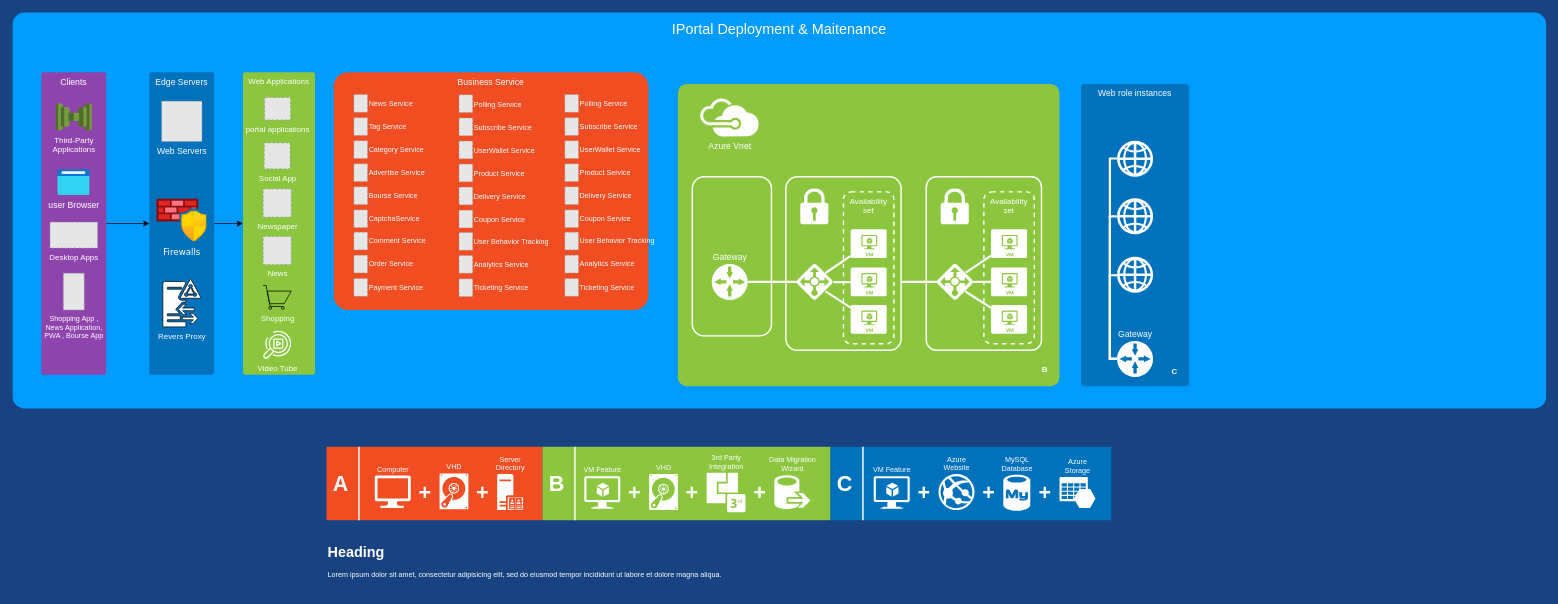
The draw.io diagram Untitled Diagram(3).drawio in aramdata/IportalDiagram, before the edit. Source tidied: cells renumbered, new cells numbered last; positions are measured from the earlier drawing's top-left corner, leaving out a move shared by most shapes. Both pictures are drawn from the tidied source at 72%, with x=0, y=0 at pixel (12, 12). Pictures stored in the file or linked from it are replaced by grey dashed boxes.
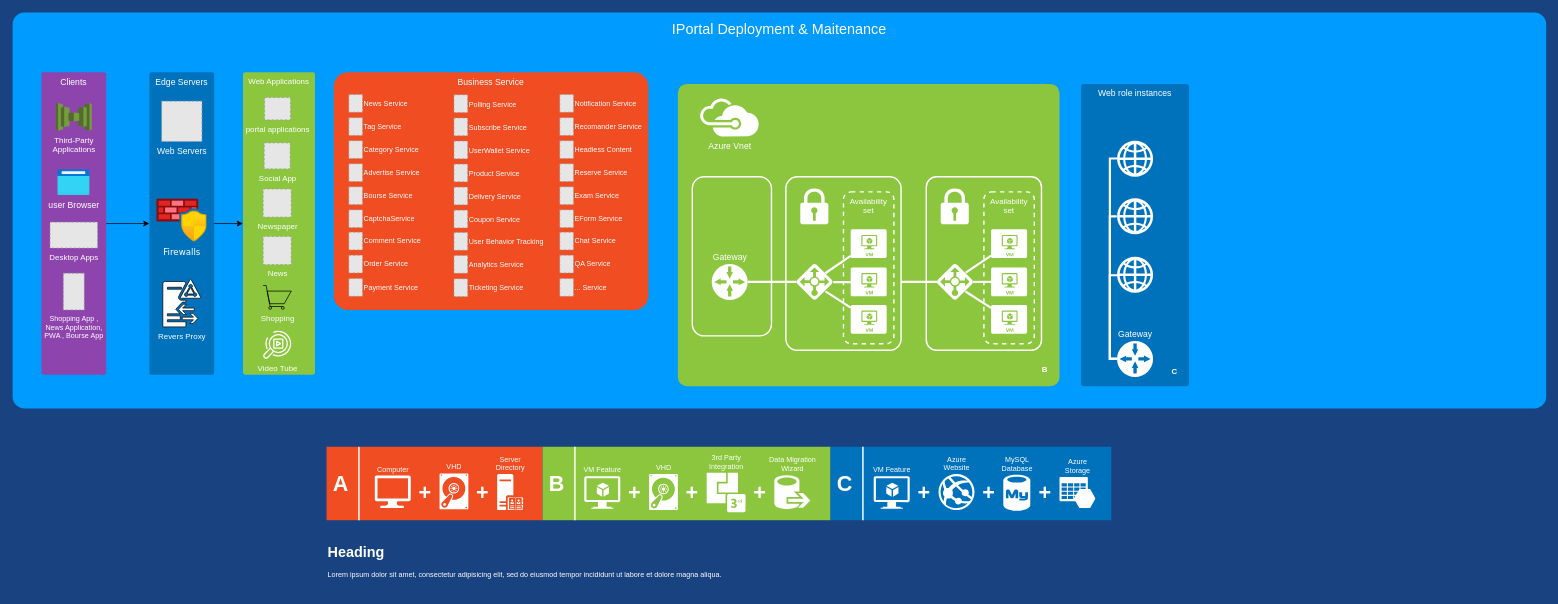
The same diagram, later.

Commit message:
Completed Bussinuse Services

What changed in the source:
```diff
@@
     <mxCell id="89" value="News Service" style="fillColor=#E6E6E6;strokeColor=#999999;dashed=1;verticalLabelPosition=middle;labelBackgroundColor=none;verticalAlign=middle;fontSize=10;fontColor=#FFFFFF;html=1;labelPosition=right;align=left;" parent="1" vertex="1">
-      <mxGeometry x="474" y="113.8" width="19" height="24.6" as="geometry" />
+      <mxGeometry x="467" y="113.8" width="19" height="24.6" as="geometry" />
     </mxCell>
     <mxCell id="90" value="Tag Service" style="fillColor=#E6E6E6;strokeColor=#999999;dashed=1;verticalLabelPosition=middle;labelBackgroundColor=none;verticalAlign=middle;fontSize=10;fontColor=#FFFFFF;html=1;labelPosition=right;align=left;" parent="1" vertex="1">
-      <mxGeometry x="474" y="146" width="19" height="24.6" as="geometry" />
+      <mxGeometry x="467" y="146" width="19" height="24.6" as="geometry" />
     </mxCell>
     <mxCell id="91" value="Category Service" style="fillColor=#E6E6E6;strokeColor=#999999;dashed=1;verticalLabelPosition=middle;labelBackgroundColor=none;verticalAlign=middle;fontSize=10;fontColor=#FFFFFF;html=1;labelPosition=right;align=left;" parent="1" vertex="1">
-      <mxGeometry x="474" y="178" width="19" height="24.6" as="geometry" />
+      <mxGeometry x="467" y="178" width="19" height="24.6" as="geometry" />
     </mxCell>
     <mxCell id="92" value="َAdvertise Service" style="fillColor=#E6E6E6;strokeColor=#999999;dashed=1;verticalLabelPosition=middle;labelBackgroundColor=none;verticalAlign=middle;fontSize=10;fontColor=#FFFFFF;html=1;labelPosition=right;align=left;" parent="1" vertex="1">
-      <mxGeometry x="474" y="210" width="19" height="24.6" as="geometry" />
+      <mxGeometry x="467" y="210" width="19" height="24.6" as="geometry" />
     </mxCell>
     <mxCell id="93" value="Bourse Service" style="fillColor=#E6E6E6;strokeColor=#999999;dashed=1;verticalLabelPosition=middle;labelBackgroundColor=none;verticalAlign=middle;fontSize=10;fontColor=#FFFFFF;html=1;labelPosition=right;align=left;" parent="1" vertex="1">
-      <mxGeometry x="474" y="242" width="19" height="24.6" as="geometry" />
+      <mxGeometry x="467" y="242" width="19" height="24.6" as="geometry" />
     </mxCell>
     <mxCell id="94" value="&lt;div&gt;CaptchaService&lt;/div&gt;" style="fillColor=#E6E6E6;strokeColor=#999999;dashed=1;verticalLabelPosition=middle;labelBackgroundColor=none;verticalAlign=middle;fontSize=10;fontColor=#FFFFFF;html=1;labelPosition=right;align=left;" parent="1" vertex="1">
-      <mxGeometry x="474" y="274" width="19" height="24.6" as="geometry" />
+      <mxGeometry x="467" y="274" width="19" height="24.6" as="geometry" />
     </mxCell>
     <mxCell id="95" value="Comment Service" style="fillColor=#E6E6E6;strokeColor=#999999;dashed=1;verticalLabelPosition=middle;labelBackgroundColor=none;verticalAlign=middle;fontSize=10;fontColor=#FFFFFF;html=1;labelPosition=right;align=left;" parent="1" vertex="1">
-      <mxGeometry x="474" y="305" width="19" height="24.6" as="geometry" />
+      <mxGeometry x="467" y="305" width="19" height="24.6" as="geometry" />
     </mxCell>
     <mxCell id="96" value="&lt;div&gt;Order Service&lt;/div&gt;" style="fillColor=#E6E6E6;strokeColor=#999999;dashed=1;verticalLabelPosition=middle;labelBackgroundColor=none;verticalAlign=middle;fontSize=10;fontColor=#FFFFFF;html=1;labelPosition=right;align=left;" parent="1" vertex="1">
-      <mxGeometry x="474" y="337" width="19" height="24.6" as="geometry" />
+      <mxGeometry x="467" y="337" width="19" height="24.6" as="geometry" />
     </mxCell>
     <mxCell id="97" value="َPayment Service" style="fillColor=#E6E6E6;strokeColor=#999999;dashed=1;verticalLabelPosition=middle;labelBackgroundColor=none;verticalAlign=middle;fontSize=10;fontColor=#FFFFFF;html=1;labelPosition=right;align=left;" parent="1" vertex="1">
-      <mxGeometry x="474" y="369.4" width="19" height="24.6" as="geometry" />
+      <mxGeometry x="467" y="369.4" width="19" height="24.6" as="geometry" />
     </mxCell>
     <mxCell id="98" value="Polling Service" style="fillColor=#E6E6E6;strokeColor=#999999;dashed=1;verticalLabelPosition=middle;labelBackgroundColor=none;verticalAlign=middle;fontSize=10;fontColor=#FFFFFF;html=1;labelPosition=right;align=left;" parent="1" vertex="1">
-      <mxGeometry x="620" y="114.2" width="19" height="24.6" as="geometry" />
+      <mxGeometry x="613" y="114.2" width="19" height="24.6" as="geometry" />
     </mxCell>
     <mxCell id="99" value="Subscribe Service" style="fillColor=#E6E6E6;strokeColor=#999999;dashed=1;verticalLabelPosition=middle;labelBackgroundColor=none;verticalAlign=middle;fontSize=10;fontColor=#FFFFFF;html=1;labelPosition=right;align=left;" parent="1" vertex="1">
-      <mxGeometry x="620" y="146.4" width="19" height="24.6" as="geometry" />
+      <mxGeometry x="613" y="146.4" width="19" height="24.6" as="geometry" />
     </mxCell>
     <mxCell id="100" value="UserWallet Service" style="fillColor=#E6E6E6;strokeColor=#999999;dashed=1;verticalLabelPosition=middle;labelBackgroundColor=none;verticalAlign=middle;fontSize=10;fontColor=#FFFFFF;html=1;labelPosition=right;align=left;" parent="1" vertex="1">
-      <mxGeometry x="620" y="178.4" width="19" height="24.6" as="geometry" />
+      <mxGeometry x="613" y="178.4" width="19" height="24.6" as="geometry" />
     </mxCell>
     <mxCell id="101" value="َProduct Service" style="fillColor=#E6E6E6;strokeColor=#999999;dashed=1;verticalLabelPosition=middle;labelBackgroundColor=none;verticalAlign=middle;fontSize=10;fontColor=#FFFFFF;html=1;labelPosition=right;align=left;" parent="1" vertex="1">
-      <mxGeometry x="620" y="210.4" width="19" height="24.6" as="geometry" />
+      <mxGeometry x="613" y="210.4" width="19" height="24.6" as="geometry" />
     </mxCell>
     <mxCell id="102" value="Delivery Service" style="fillColor=#E6E6E6;strokeColor=#999999;dashed=1;verticalLabelPosition=middle;labelBackgroundColor=none;verticalAlign=middle;fontSize=10;fontColor=#FFFFFF;html=1;labelPosition=right;align=left;" parent="1" vertex="1">
-      <mxGeometry x="620" y="242.4" width="19" height="24.6" as="geometry" />
+      <mxGeometry x="613" y="242.4" width="19" height="24.6" as="geometry" />
     </mxCell>
     <mxCell id="103" value="&lt;div&gt;Coupon Service&lt;/div&gt;" style="fillColor=#E6E6E6;strokeColor=#999999;dashed=1;verticalLabelPosition=middle;labelBackgroundColor=none;verticalAlign=middle;fontSize=10;fontColor=#FFFFFF;html=1;labelPosition=right;align=left;" parent="1" vertex="1">
-      <mxGeometry x="620" y="274.4" width="19" height="24.6" as="geometry" />
+      <mxGeometry x="613" y="274.4" width="19" height="24.6" as="geometry" />
     </mxCell>
     <mxCell id="104" value="User Behavior Tracking " style="fillColor=#E6E6E6;strokeColor=#999999;dashed=1;verticalLabelPosition=middle;labelBackgroundColor=none;verticalAlign=middle;fontSize=10;fontColor=#FFFFFF;html=1;labelPosition=right;align=left;" parent="1" vertex="1">
-      <mxGeometry x="620" y="305.4" width="19" height="24.6" as="geometry" />
+      <mxGeometry x="613" y="305.4" width="19" height="24.6" as="geometry" />
     </mxCell>
     <mxCell id="105" value="&lt;div&gt;Analytics Service&lt;/div&gt;" style="fillColor=#E6E6E6;strokeColor=#999999;dashed=1;verticalLabelPosition=middle;labelBackgroundColor=none;verticalAlign=middle;fontSize=10;fontColor=#FFFFFF;html=1;labelPosition=right;align=left;" parent="1" vertex="1">
-      <mxGeometry x="620" y="337.4" width="19" height="24.6" as="geometry" />
+      <mxGeometry x="613" y="337.4" width="19" height="24.6" as="geometry" />
     </mxCell>
     <mxCell id="106" value="Ticketing Service" style="fillColor=#E6E6E6;strokeColor=#999999;dashed=1;verticalLabelPosition=middle;labelBackgroundColor=none;verticalAlign=middle;fontSize=10;fontColor=#FFFFFF;html=1;labelPosition=right;align=left;" parent="1" vertex="1">
-      <mxGeometry x="620" y="369.8" width="19" height="24.6" as="geometry" />
+      <mxGeometry x="613" y="369.8" width="19" height="24.6" as="geometry" />
     </mxCell>
-    <mxCell id="107" value="Polling Service" style="fillColor=#E6E6E6;strokeColor=#999999;dashed=1;verticalLabelPosition=middle;labelBackgroundColor=none;verticalAlign=middle;fontSize=10;fontColor=#FFFFFF;html=1;labelPosition=right;align=left;" parent="1" vertex="1">
-      <mxGeometry x="767" y="113.8" width="19" height="24.6" as="geometry" />
+    <mxCell id="107" value="Notification Service" style="fillColor=#E6E6E6;strokeColor=#999999;dashed=1;verticalLabelPosition=middle;labelBackgroundColor=none;verticalAlign=middle;fontSize=10;fontColor=#FFFFFF;html=1;labelPosition=right;align=left;" parent="1" vertex="1">
+      <mxGeometry x="760" y="113.8" width="19" height="24.6" as="geometry" />
     </mxCell>
-    <mxCell id="108" value="Subscribe Service" style="fillColor=#E6E6E6;strokeColor=#999999;dashed=1;verticalLabelPosition=middle;labelBackgroundColor=none;verticalAlign=middle;fontSize=10;fontColor=#FFFFFF;html=1;labelPosition=right;align=left;" parent="1" vertex="1">
-      <mxGeometry x="767" y="146" width="19" height="24.6" as="geometry" />
+    <mxCell id="108" value="Recomander Service" style="fillColor=#E6E6E6;strokeColor=#999999;dashed=1;verticalLabelPosition=middle;labelBackgroundColor=none;verticalAlign=middle;fontSize=10;fontColor=#FFFFFF;html=1;labelPosition=right;align=left;" parent="1" vertex="1">
+      <mxGeometry x="760" y="146" width="19" height="24.6" as="geometry" />
     </mxCell>
-    <mxCell id="109" value="UserWallet Service" style="fillColor=#E6E6E6;strokeColor=#999999;dashed=1;verticalLabelPosition=middle;labelBackgroundColor=none;verticalAlign=middle;fontSize=10;fontColor=#FFFFFF;html=1;labelPosition=right;align=left;" parent="1" vertex="1">
-      <mxGeometry x="767" y="178" width="19" height="24.6" as="geometry" />
+    <mxCell id="109" value="Headless Content" style="fillColor=#E6E6E6;strokeColor=#999999;dashed=1;verticalLabelPosition=middle;labelBackgroundColor=none;verticalAlign=middle;fontSize=10;fontColor=#FFFFFF;html=1;labelPosition=right;align=left;" parent="1" vertex="1">
+      <mxGeometry x="760" y="178" width="19" height="24.6" as="geometry" />
     </mxCell>
-    <mxCell id="110" value="َProduct Service" style="fillColor=#E6E6E6;strokeColor=#999999;dashed=1;verticalLabelPosition=middle;labelBackgroundColor=none;verticalAlign=middle;fontSize=10;fontColor=#FFFFFF;html=1;labelPosition=right;align=left;" parent="1" vertex="1">
-      <mxGeometry x="767" y="210" width="19" height="24.6" as="geometry" />
+    <mxCell id="110" value="َReserve Service" style="fillColor=#E6E6E6;strokeColor=#999999;dashed=1;verticalLabelPosition=middle;labelBackgroundColor=none;verticalAlign=middle;fontSize=10;fontColor=#FFFFFF;html=1;labelPosition=right;align=left;" parent="1" vertex="1">
+      <mxGeometry x="760" y="210" width="19" height="24.6" as="geometry" />
     </mxCell>
-    <mxCell id="111" value="Delivery Service" style="fillColor=#E6E6E6;strokeColor=#999999;dashed=1;verticalLabelPosition=middle;labelBackgroundColor=none;verticalAlign=middle;fontSize=10;fontColor=#FFFFFF;html=1;labelPosition=right;align=left;" parent="1" vertex="1">
-      <mxGeometry x="767" y="242" width="19" height="24.6" as="geometry" />
+    <mxCell id="111" value="Exam Service" style="fillColor=#E6E6E6;strokeColor=#999999;dashed=1;verticalLabelPosition=middle;labelBackgroundColor=none;verticalAlign=middle;fontSize=10;fontColor=#FFFFFF;html=1;labelPosition=right;align=left;" parent="1" vertex="1">
+      <mxGeometry x="760" y="242" width="19" height="24.6" as="geometry" />
     </mxCell>
-    <mxCell id="112" value="&lt;div&gt;Coupon Service&lt;/div&gt;" style="fillColor=#E6E6E6;strokeColor=#999999;dashed=1;verticalLabelPosition=middle;labelBackgroundColor=none;verticalAlign=middle;fontSize=10;fontColor=#FFFFFF;html=1;labelPosition=right;align=left;" parent="1" vertex="1">
-      <mxGeometry x="767" y="274" width="19" height="24.6" as="geometry" />
+    <mxCell id="112" value="&lt;div&gt;EForm Service&lt;/div&gt;" style="fillColor=#E6E6E6;strokeColor=#999999;dashed=1;verticalLabelPosition=middle;labelBackgroundColor=none;verticalAlign=middle;fontSize=10;fontColor=#FFFFFF;html=1;labelPosition=right;align=left;" parent="1" vertex="1">
+      <mxGeometry x="760" y="274" width="19" height="24.6" as="geometry" />
     </mxCell>
-    <mxCell id="113" value="User Behavior Tracking " style="fillColor=#E6E6E6;strokeColor=#999999;dashed=1;verticalLabelPosition=middle;labelBackgroundColor=none;verticalAlign=middle;fontSize=10;fontColor=#FFFFFF;html=1;labelPosition=right;align=left;" parent="1" vertex="1">
-      <mxGeometry x="767" y="305" width="19" height="24.6" as="geometry" />
+    <mxCell id="113" value="Chat Service" style="fillColor=#E6E6E6;strokeColor=#999999;dashed=1;verticalLabelPosition=middle;labelBackgroundColor=none;verticalAlign=middle;fontSize=10;fontColor=#FFFFFF;html=1;labelPosition=right;align=left;" parent="1" vertex="1">
+      <mxGeometry x="760" y="305" width="19" height="24.6" as="geometry" />
     </mxCell>
-    <mxCell id="114" value="&lt;div&gt;Analytics Service&lt;/div&gt;" style="fillColor=#E6E6E6;strokeColor=#999999;dashed=1;verticalLabelPosition=middle;labelBackgroundColor=none;verticalAlign=middle;fontSize=10;fontColor=#FFFFFF;html=1;labelPosition=right;align=left;" parent="1" vertex="1">
-      <mxGeometry x="767" y="337" width="19" height="24.6" as="geometry" />
+    <mxCell id="114" value="&lt;div&gt;QA Service&lt;/div&gt;" style="fillColor=#E6E6E6;strokeColor=#999999;dashed=1;verticalLabelPosition=middle;labelBackgroundColor=none;verticalAlign=middle;fontSize=10;fontColor=#FFFFFF;html=1;labelPosition=right;align=left;" parent="1" vertex="1">
+      <mxGeometry x="760" y="337" width="19" height="24.6" as="geometry" />
     </mxCell>
-    <mxCell id="115" value="Ticketing Service" style="fillColor=#E6E6E6;strokeColor=#999999;dashed=1;verticalLabelPosition=middle;labelBackgroundColor=none;verticalAlign=middle;fontSize=10;fontColor=#FFFFFF;html=1;labelPosition=right;align=left;" parent="1" vertex="1">
-      <mxGeometry x="767" y="369.4" width="19" height="24.6" as="geometry" />
+    <mxCell id="115" value="... Service" style="fillColor=#E6E6E6;strokeColor=#999999;dashed=1;verticalLabelPosition=middle;labelBackgroundColor=none;verticalAlign=middle;fontSize=10;fontColor=#FFFFFF;html=1;labelPosition=right;align=left;" parent="1" vertex="1">
+      <mxGeometry x="760" y="369.4" width="19" height="24.6" as="geometry" />
     </mxCell>
```
